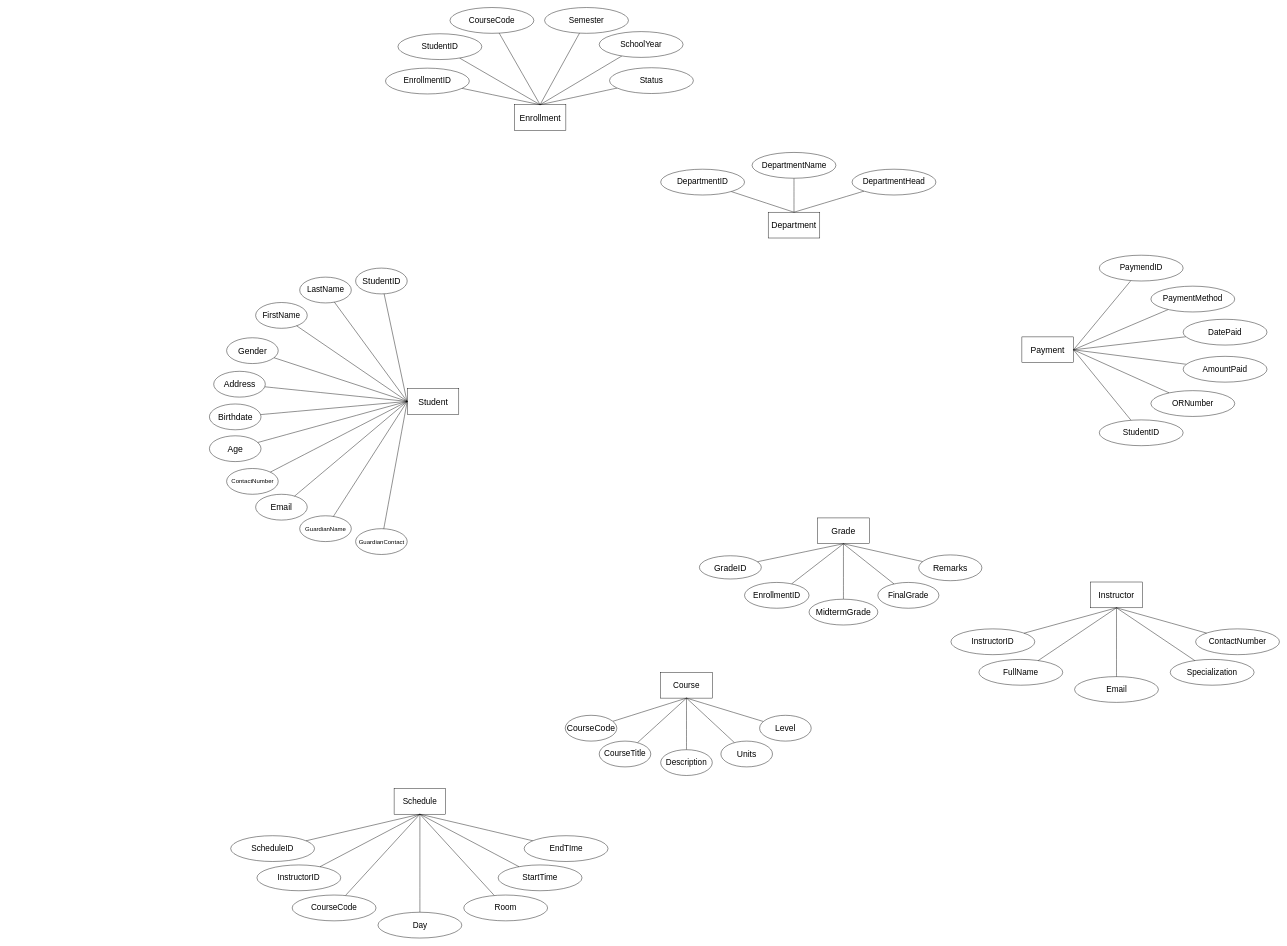
Above: Projects/Untitled Diagram.drawio in N0Obitaz/DrawIODiagrams (draw.io), before the change. Source tidied: cells renumbered, new cells numbered last; positions are measured from the earlier drawing's top-left corner, leaving out a move shared by most shapes. Both pictures are drawn from the tidied source at 43%, with x=0, y=0 at pixel (209, 7).
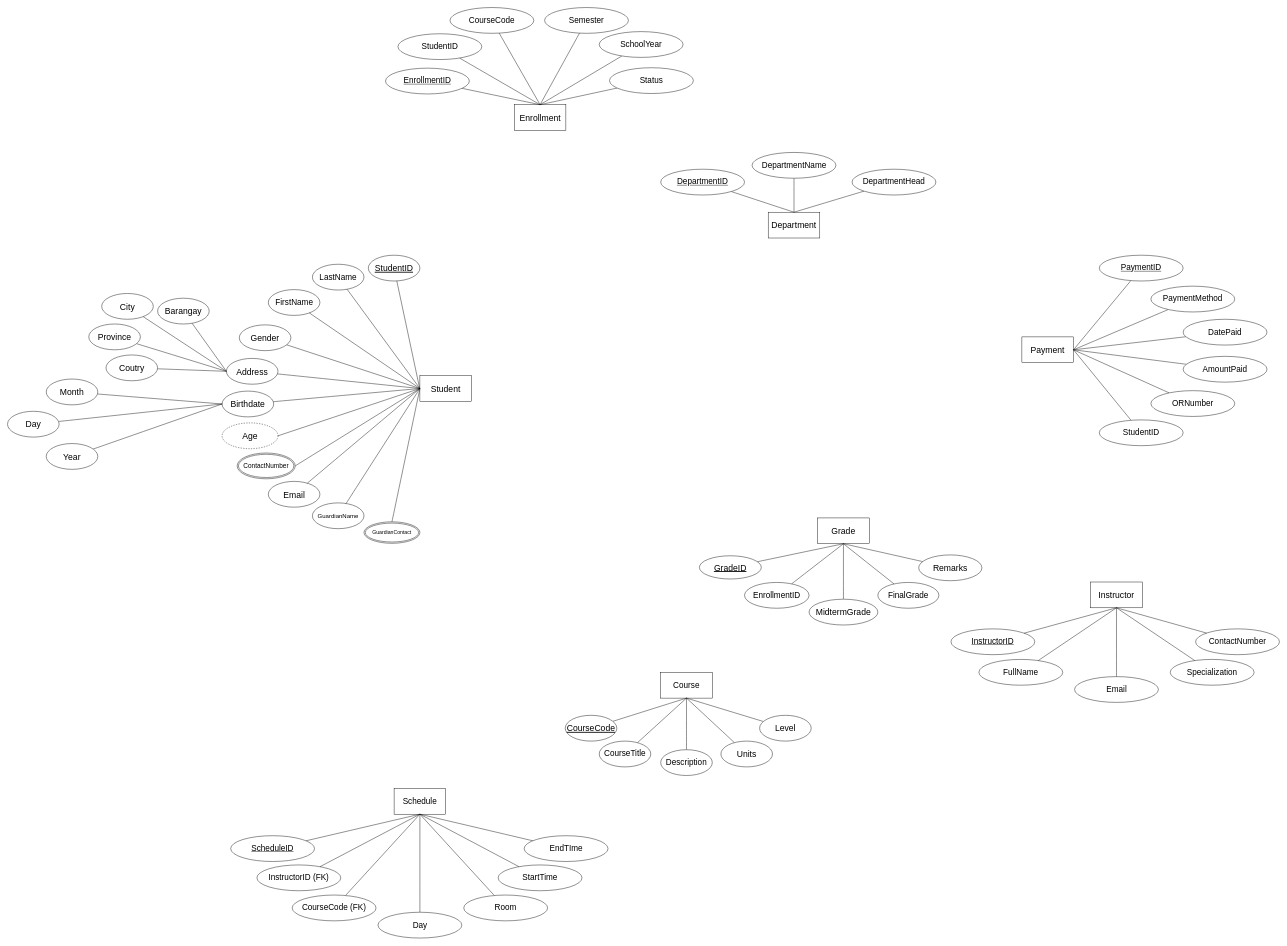
The same diagram, later.

The change refers to these unchanged cells:
```xml
<mxCell id="42" value="Student" style="rounded=0;whiteSpace=wrap;html=1;fontSize=20;" parent="41" vertex="1">
  <mxGeometry x="460" y="280" width="120" height="60" as="geometry" />
</mxCell>
<mxCell id="46" value="Birthdate" style="ellipse;whiteSpace=wrap;html=1;fontSize=20;" parent="41" vertex="1">
  <mxGeometry y="316" width="120" height="60" as="geometry" />
</mxCell>
<mxCell id="50" value="Address" style="ellipse;whiteSpace=wrap;html=1;fontSize=20;" parent="41" vertex="1">
  <mxGeometry x="10" y="240" width="120" height="60" as="geometry" />
</mxCell>
<mxCell id="85" style="group;" parent="1" vertex="1">
  <mxGeometry x="1725" y="1336" width="764" height="280" as="geometry" />
</mxCell>
```

The edit, as a diff of the source:
```diff
@@
-    <mxCell id="7" value="PaymendID" style="ellipse;whiteSpace=wrap;html=1;fontSize=19;" parent="1" vertex="1">
+    <mxCell id="7" value="&lt;u&gt;PaymentID&lt;/u&gt;" style="ellipse;whiteSpace=wrap;html=1;fontSize=19;" parent="1" vertex="1">
       <mxGeometry x="2070" y="576" width="195" height="60" as="geometry" />
     </mxCell>
@@
-    <mxCell id="21" value="GradeID" style="ellipse;whiteSpace=wrap;html=1;fontSize=20;" parent="1" vertex="1">
+    <mxCell id="21" value="&lt;u&gt;GradeID&lt;/u&gt;" style="ellipse;whiteSpace=wrap;html=1;fontSize=20;" parent="1" vertex="1">
       <mxGeometry x="1140" y="1275" width="144" height="54" as="geometry" />
     </mxCell>
@@
-    <mxCell id="28" value="CourseCode" style="ellipse;whiteSpace=wrap;html=1;fontSize=19;" parent="1" vertex="1">
+    <mxCell id="28" value="CourseCode (FK)" style="ellipse;whiteSpace=wrap;html=1;fontSize=19;" parent="1" vertex="1">
       <mxGeometry x="193" y="2064" width="195" height="60" as="geometry" />
     </mxCell>
@@
-    <mxCell id="30" value="ScheduleID" style="ellipse;whiteSpace=wrap;html=1;fontSize=19;" parent="1" vertex="1">
+    <mxCell id="30" value="&lt;u&gt;ScheduleID&lt;/u&gt;" style="ellipse;whiteSpace=wrap;html=1;fontSize=19;" parent="1" vertex="1">
       <mxGeometry x="50" y="1926" width="195" height="60" as="geometry" />
     </mxCell>
@@
-    <mxCell id="32" value="InstructorID" style="ellipse;whiteSpace=wrap;html=1;fontSize=19;" parent="1" vertex="1">
+    <mxCell id="32" value="InstructorID (FK)" style="ellipse;whiteSpace=wrap;html=1;fontSize=19;" parent="1" vertex="1">
       <mxGeometry x="111" y="1994" width="195" height="60" as="geometry" />
     </mxCell>
@@
     <mxCell id="41" style="group;" parent="1" vertex="1">
-      <mxGeometry x="0.5" y="606" width="580" height="666" as="geometry" />
+      <mxGeometry x="30" y="576" width="580" height="700" as="geometry" />
     </mxCell>
@@
-    <mxCell id="43" value="StudentID" style="ellipse;whiteSpace=wrap;html=1;fontSize=20;" parent="41" vertex="1">
+    <mxCell id="43" value="&lt;u&gt;StudentID&lt;/u&gt;" style="ellipse;whiteSpace=wrap;html=1;fontSize=20;" parent="41" vertex="1">
       <mxGeometry x="340" width="120" height="60" as="geometry" />
     </mxCell>
@@
-    <mxCell id="47" value="Age" style="ellipse;whiteSpace=wrap;html=1;fontSize=20;" parent="41" vertex="1">
-      <mxGeometry y="390" width="120" height="60" as="geometry" />
-    </mxCell>
-    <mxCell id="48" value="ContactNumber" style="ellipse;whiteSpace=wrap;html=1;fontSize=14;" parent="41" vertex="1">
-      <mxGeometry x="40" y="466" width="120" height="60" as="geometry" />
-    </mxCell>
@@
-    <mxCell id="51" value="GuardianContact" style="ellipse;whiteSpace=wrap;html=1;fontSize=14;" parent="41" vertex="1">
-      <mxGeometry x="340" y="606" width="120" height="60" as="geometry" />
-    </mxCell>
@@
-    <mxCell id="58" style="edgeStyle=none;curved=1;rounded=0;jettySize=auto;html=1;fontSize=12;startSize=8;endSize=8;entryX=0;entryY=0.5;entryDx=0;entryDy=0;endArrow=none;endFill=0;" parent="41" edge="1" source="47" target="42">
+    <mxCell id="58" style="edgeStyle=none;curved=1;rounded=0;jettySize=auto;html=1;fontSize=12;startSize=8;endSize=8;entryX=0;entryY=0.5;entryDx=0;entryDy=0;endArrow=none;endFill=0;exitX=1;exitY=0.5;exitDx=0;exitDy=0;" parent="41" edge="1" source="47" target="42">
       <mxGeometry relative="1" as="geometry" />
     </mxCell>
-    <mxCell id="59" style="edgeStyle=none;curved=1;rounded=0;jettySize=auto;html=1;fontSize=12;startSize=8;endSize=8;entryX=0;entryY=0.5;entryDx=0;entryDy=0;endArrow=none;endFill=0;" parent="41" edge="1" source="48" target="42">
+    <mxCell id="59" style="edgeStyle=none;curved=1;rounded=0;jettySize=auto;html=1;fontSize=12;startSize=8;endSize=8;entryX=0;entryY=0.5;entryDx=0;entryDy=0;endArrow=none;endFill=0;exitX=1;exitY=0.5;exitDx=0;exitDy=0;" parent="41" edge="1" source="48" target="42">
       <mxGeometry relative="1" as="geometry" />
     </mxCell>
@@
-    <mxCell id="62" style="edgeStyle=none;curved=1;rounded=0;jettySize=auto;html=1;fontSize=12;startSize=8;endSize=8;entryX=0;entryY=0.5;entryDx=0;entryDy=0;endArrow=none;endFill=0;" parent="41" edge="1" source="51" target="42">
+    <mxCell id="62" style="edgeStyle=none;curved=1;rounded=0;jettySize=auto;html=1;fontSize=12;startSize=8;endSize=8;entryX=0;entryY=0.5;entryDx=0;entryDy=0;endArrow=none;endFill=0;exitX=0.5;exitY=0;exitDx=0;exitDy=0;" parent="41" edge="1" source="51" target="42">
       <mxGeometry relative="1" as="geometry" />
     </mxCell>
@@
+    <mxCell id="48" value="&lt;font style=&quot;font-size: 15px;&quot;&gt;ContactNumber&lt;/font&gt;" style="ellipse;shape=doubleEllipse;margin=3;whiteSpace=wrap;html=1;align=center;" parent="41" vertex="1">
+      <mxGeometry x="35" y="460" width="135" height="60" as="geometry" />
+    </mxCell>
+    <mxCell id="47" value="&lt;font style=&quot;font-size: 20px;&quot;&gt;Age&lt;/font&gt;" style="ellipse;whiteSpace=wrap;html=1;align=center;dashed=1;" parent="41" vertex="1">
+      <mxGeometry y="390" width="130" height="60" as="geometry" />
+    </mxCell>
+    <mxCell id="51" value="GuardianContact" style="ellipse;shape=doubleEllipse;margin=3;whiteSpace=wrap;html=1;align=center;" parent="41" vertex="1">
+      <mxGeometry x="330" y="620" width="130" height="50" as="geometry" />
+    </mxCell>
@@
-    <mxCell id="69" value="EnrollmentID" style="ellipse;whiteSpace=wrap;html=1;fontSize=19;" parent="1" vertex="1">
+    <mxCell id="69" value="&lt;u&gt;EnrollmentID&lt;/u&gt;" style="ellipse;whiteSpace=wrap;html=1;fontSize=19;" parent="1" vertex="1">
       <mxGeometry x="410" y="141" width="195" height="60" as="geometry" />
     </mxCell>
@@
-    <mxCell id="82" value="DepartmentID" style="ellipse;whiteSpace=wrap;html=1;fontSize=19;" parent="1" vertex="1">
+    <mxCell id="82" value="&lt;u&gt;DepartmentID&lt;/u&gt;" style="ellipse;whiteSpace=wrap;html=1;fontSize=19;" parent="1" vertex="1">
       <mxGeometry x="1050" y="376" width="195" height="60" as="geometry" />
     </mxCell>
@@
-    <mxCell id="88" value="InstructorID" style="ellipse;whiteSpace=wrap;html=1;fontSize=19;" parent="85" vertex="1">
+    <mxCell id="88" value="&lt;u&gt;InstructorID&lt;/u&gt;" style="ellipse;whiteSpace=wrap;html=1;fontSize=19;" parent="85" vertex="1">
       <mxGeometry y="109" width="195" height="60" as="geometry" />
     </mxCell>
@@
-    <mxCell id="103" value="CourseCode" style="ellipse;whiteSpace=wrap;html=1;fontSize=20;" parent="1" vertex="1">
+    <mxCell id="103" value="&lt;u&gt;CourseCode&lt;/u&gt;" style="ellipse;whiteSpace=wrap;html=1;fontSize=20;" parent="1" vertex="1">
       <mxGeometry x="828" y="1646" width="120" height="60" as="geometry" />
     </mxCell>
@@
+    <mxCell id="108" style="edgeStyle=none;curved=1;rounded=0;jettySize=auto;html=1;fontSize=12;startSize=8;endSize=8;entryX=0;entryY=0.5;entryDx=0;entryDy=0;endArrow=none;endFill=0;" parent="1" edge="1" source="109" target="46">
+      <mxGeometry relative="1" as="geometry" />
+    </mxCell>
+    <mxCell id="109" value="Month" style="ellipse;whiteSpace=wrap;html=1;fontSize=20;" parent="1" vertex="1">
+      <mxGeometry x="-379" y="864" width="120" height="60" as="geometry" />
+    </mxCell>
+    <mxCell id="110" style="edgeStyle=none;curved=1;rounded=0;jettySize=auto;html=1;entryX=0;entryY=0.5;entryDx=0;entryDy=0;fontSize=12;startSize=8;endSize=8;endArrow=none;endFill=0;" parent="1" edge="1" source="111" target="46">
+      <mxGeometry relative="1" as="geometry" />
+    </mxCell>
+    <mxCell id="111" value="Day" style="ellipse;whiteSpace=wrap;html=1;fontSize=20;" parent="1" vertex="1">
+      <mxGeometry x="-469" y="939" width="120" height="60" as="geometry" />
+    </mxCell>
+    <mxCell id="112" style="edgeStyle=none;curved=1;rounded=0;jettySize=auto;html=1;entryX=0;entryY=0.5;entryDx=0;entryDy=0;fontSize=12;startSize=8;endSize=8;endArrow=none;endFill=0;" parent="1" edge="1" source="113" target="46">
+      <mxGeometry relative="1" as="geometry" />
+    </mxCell>
+    <mxCell id="113" value="Year" style="ellipse;whiteSpace=wrap;html=1;fontSize=20;" parent="1" vertex="1">
+      <mxGeometry x="-379" y="1014" width="120" height="60" as="geometry" />
+    </mxCell>
+    <mxCell id="114" style="edgeStyle=none;curved=1;rounded=0;jettySize=auto;html=1;entryX=0;entryY=0.5;entryDx=0;entryDy=0;fontSize=12;startSize=8;endSize=8;endArrow=none;endFill=0;" parent="1" edge="1" source="115" target="50">
+      <mxGeometry relative="1" as="geometry" />
+    </mxCell>
+    <mxCell id="115" value="City" style="ellipse;whiteSpace=wrap;html=1;fontSize=20;" parent="1" vertex="1">
+      <mxGeometry x="-250" y="665" width="120" height="60" as="geometry" />
+    </mxCell>
+    <mxCell id="116" style="edgeStyle=none;curved=1;rounded=0;jettySize=auto;html=1;entryX=0;entryY=0.5;entryDx=0;entryDy=0;fontSize=12;startSize=8;endSize=8;endArrow=none;endFill=0;" parent="1" edge="1" source="117" target="50">
+      <mxGeometry relative="1" as="geometry" />
+    </mxCell>
+    <mxCell id="117" value="Province" style="ellipse;whiteSpace=wrap;html=1;fontSize=20;" parent="1" vertex="1">
+      <mxGeometry x="-280" y="736" width="120" height="60" as="geometry" />
+    </mxCell>
+    <mxCell id="118" style="edgeStyle=none;curved=1;rounded=0;jettySize=auto;html=1;entryX=0;entryY=0.5;entryDx=0;entryDy=0;fontSize=12;startSize=8;endSize=8;endArrow=none;endFill=0;" parent="1" edge="1" source="119" target="50">
+      <mxGeometry relative="1" as="geometry" />
+    </mxCell>
+    <mxCell id="119" value="Coutry" style="ellipse;whiteSpace=wrap;html=1;fontSize=20;" parent="1" vertex="1">
+      <mxGeometry x="-240" y="808" width="120" height="60" as="geometry" />
+    </mxCell>
+    <mxCell id="120" style="edgeStyle=none;curved=1;rounded=0;jettySize=auto;html=1;fontSize=12;startSize=8;endSize=8;entryX=0;entryY=0.5;entryDx=0;entryDy=0;endArrow=none;endFill=0;" parent="1" edge="1" source="121" target="50">
+      <mxGeometry relative="1" as="geometry" />
+    </mxCell>
+    <mxCell id="121" value="Barangay" style="ellipse;whiteSpace=wrap;html=1;fontSize=20;" parent="1" vertex="1">
+      <mxGeometry x="-120" y="676" width="120" height="60" as="geometry" />
+    </mxCell>
```
